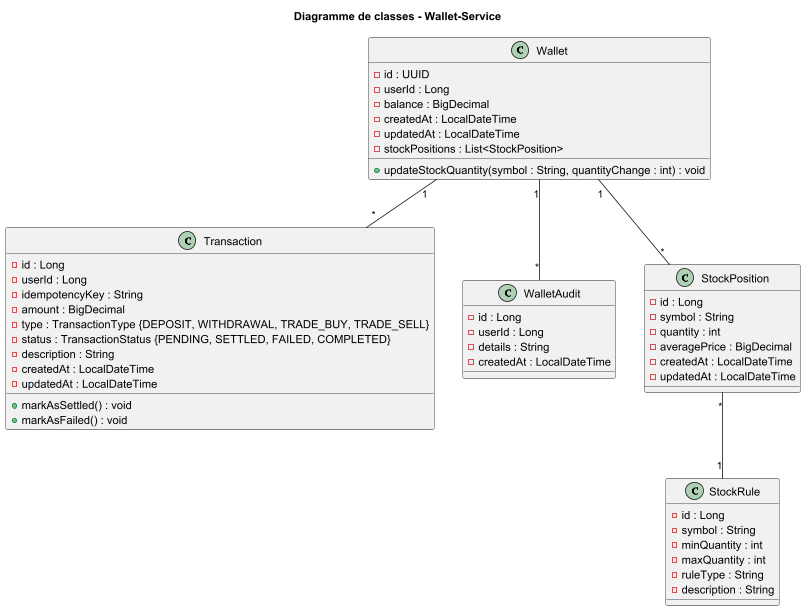
Hugo-12341234/BrokerX_MicroServices keeps this PlantUML diagram as docs/architecture/4+1/logicalView/classDiagramWallet.png. Above is the earlier version. Source of this version:
```plantuml
@startuml
title Diagramme de classes - Wallet-Service

class Wallet {
  -id : UUID
  -userId : Long
  -balance : BigDecimal
  -createdAt : LocalDateTime
  -updatedAt : LocalDateTime
  -stockPositions : List<StockPosition>
  +updateStockQuantity(symbol : String, quantityChange : int) : void
}

class Transaction {
  -id : Long
  -userId : Long
  -idempotencyKey : String
  -amount : BigDecimal
  -type : TransactionType {DEPOSIT, WITHDRAWAL, TRADE_BUY, TRADE_SELL}
  -status : TransactionStatus {PENDING, SETTLED, FAILED, COMPLETED}
  -description : String
  -createdAt : LocalDateTime
  -updatedAt : LocalDateTime
  +markAsSettled() : void
  +markAsFailed() : void
}

class WalletAudit {
  -id : Long
  -userId : Long
  -details : String
  -createdAt : LocalDateTime
}

class StockPosition {
  -id : Long
  -symbol : String
  -quantity : int
  -averagePrice : BigDecimal
  -createdAt : LocalDateTime
  -updatedAt : LocalDateTime
}

class StockRule {
  -id : Long
  -symbol : String
  -minQuantity : int
  -maxQuantity : int
  -ruleType : String
  -description : String
}

Wallet "1" -- "*" Transaction
Wallet "1" -- "*" WalletAudit
Wallet "1" -- "*" StockPosition
StockPosition "*" -- "1" StockRule
@enduml
```
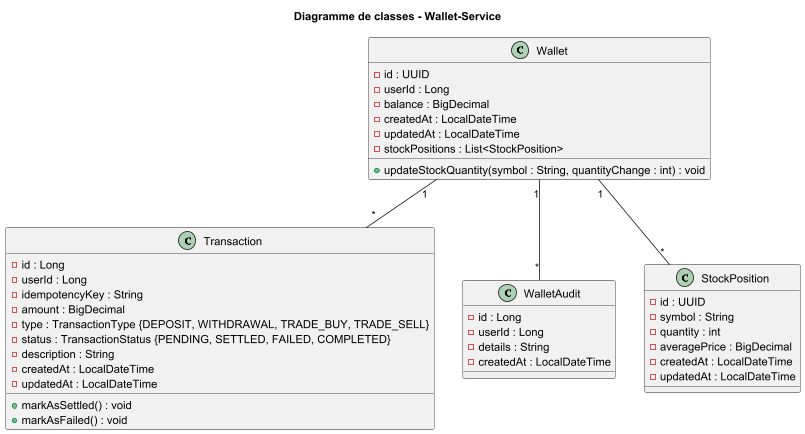
The same diagram one commit later.

Commit message:
Class diagrams done, to be added to section 8 of rapport

Change to the diagram source:
```diff
@@ -33,7 +33,7 @@
 }
 
 class StockPosition {
-  -id : Long
+  -id : UUID
   -symbol : String
   -quantity : int
   -averagePrice : BigDecimal
@@ -41,17 +41,7 @@
   -updatedAt : LocalDateTime
 }
 
-class StockRule {
-  -id : Long
-  -symbol : String
-  -minQuantity : int
-  -maxQuantity : int
-  -ruleType : String
-  -description : String
-}
-
 Wallet "1" -- "*" Transaction
 Wallet "1" -- "*" WalletAudit
 Wallet "1" -- "*" StockPosition
-StockPosition "*" -- "1" StockRule
 @enduml
```
